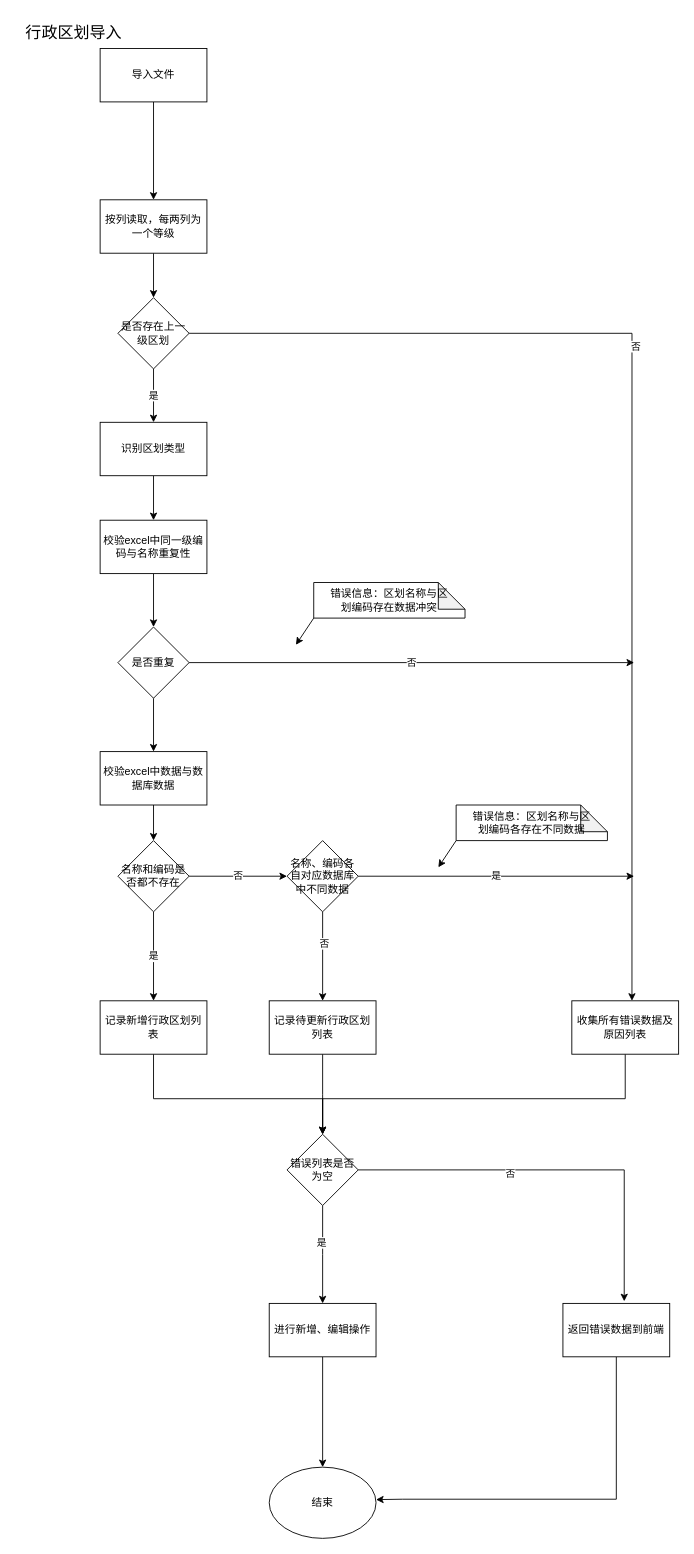
Joyouspeng/joyous keeps this draw.io diagram as 未命名绘图.drawio. Above is the earlier version. Source tidied: cells renumbered, new cells numbered last; positions are measured from the earlier drawing's top-left corner, leaving out a move shared by most shapes. Both pictures are drawn from the tidied source at 89%, with x=0, y=0 at pixel (15, 15).
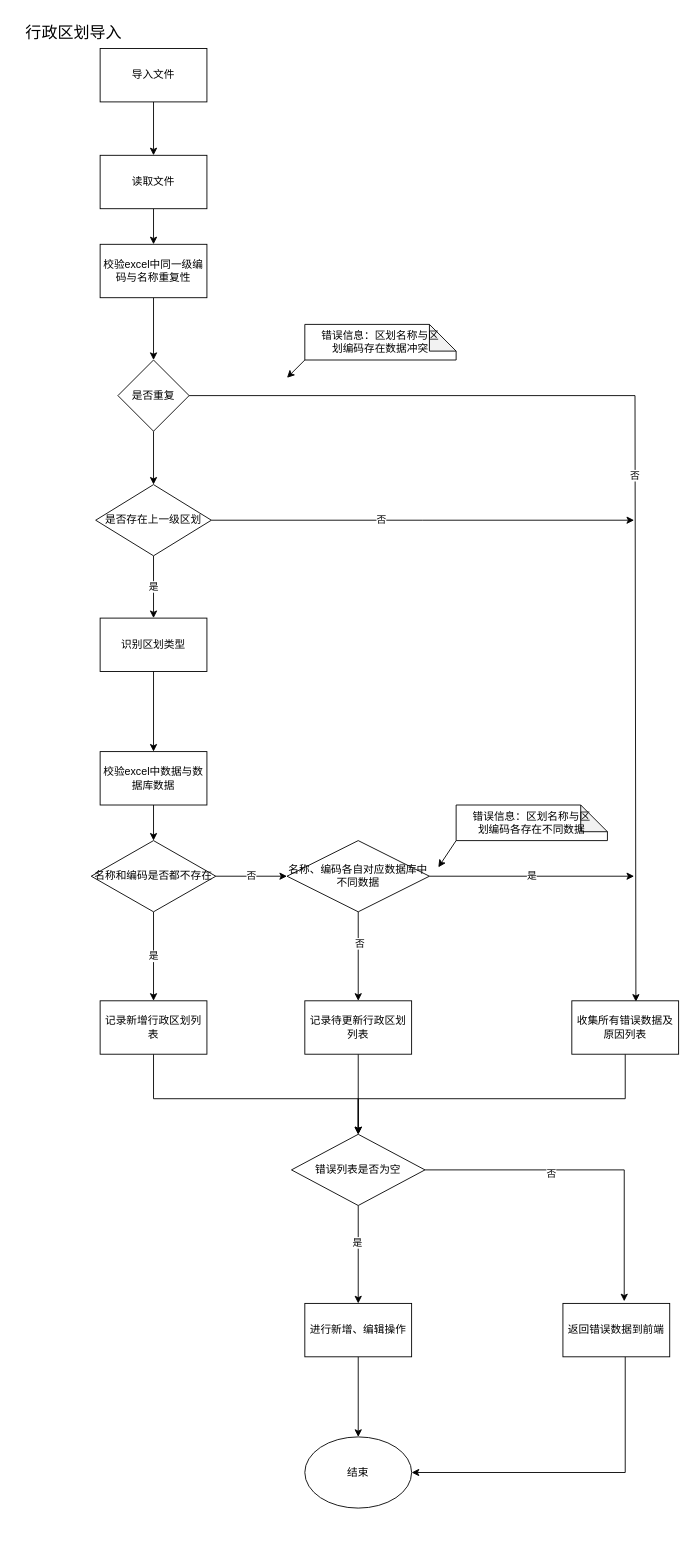
The same page after the edit.

Commit message:
更新未命名绘图.drawio

Unchanged cells that the change refers to:
```xml
<mxCell id="19" value="校验excel中数据与数据库数据" style="rounded=0;whiteSpace=wrap;html=1;" parent="1" vertex="1">
  <mxGeometry x="95" y="827" width="120" height="60" as="geometry" />
</mxCell>
<mxCell id="28" value="记录新增行政区划列表" style="rounded=0;whiteSpace=wrap;html=1;" parent="1" vertex="1">
  <mxGeometry x="95" y="1107" width="120" height="60" as="geometry" />
</mxCell>
<mxCell id="36" value="收集所有错误数据及原因列表" style="rounded=0;whiteSpace=wrap;html=1;" parent="1" vertex="1">
  <mxGeometry x="625" y="1107" width="120" height="60" as="geometry" />
</mxCell>
<mxCell id="45" value="返回错误数据到前端" style="rounded=0;whiteSpace=wrap;html=1;" parent="1" vertex="1">
  <mxGeometry x="615" y="1447" width="120" height="60" as="geometry" />
</mxCell>
```

Change to the diagram source:
```diff
@@
-    <mxCell id="5" style="edgeStyle=orthogonalEdgeStyle;rounded=0;jettySize=auto;html=1;entryX=0.5;entryY=0;entryDx=0;entryDy=0;" parent="1" edge="1" source="6" target="10">
-      <mxGeometry relative="1" as="geometry" />
-    </mxCell>
+    <mxCell id="47" style="edgeStyle=orthogonalEdgeStyle;rounded=0;jettySize=auto;html=1;exitX=0.5;exitY=1;exitDx=0;exitDy=0;entryX=0.5;entryY=0;entryDx=0;entryDy=0;" parent="1" edge="1" source="6" target="17">
+      <mxGeometry relative="1" as="geometry" />
+    </mxCell>
-    <mxCell id="6" value="按列读取，每两列为一个等级" style="rounded=0;whiteSpace=wrap;html=1;" parent="1" vertex="1">
-      <mxGeometry x="95" y="207" width="120" height="60" as="geometry" />
+    <mxCell id="6" value="读取文件" style="rounded=0;whiteSpace=wrap;html=1;" parent="1" vertex="1">
+      <mxGeometry x="95" y="157" width="120" height="60" as="geometry" />
     </mxCell>
@@
-    <mxCell id="8" style="edgeStyle=orthogonalEdgeStyle;rounded=0;jettySize=auto;html=1;entryX=0.563;entryY=0;entryDx=0;entryDy=0;entryPerimeter=0;" parent="1" edge="1" source="10" target="36">
-      <mxGeometry relative="1" as="geometry" />
-    </mxCell>
+    <mxCell id="48" style="edgeStyle=orthogonalEdgeStyle;rounded=0;jettySize=auto;html=1;exitX=1;exitY=0.5;exitDx=0;exitDy=0;" parent="1" edge="1" source="10">
+      <mxGeometry relative="1" as="geometry">
+        <mxPoint x="695" y="567" as="targetPoint" />
+      </mxGeometry>
+    </mxCell>
-    <mxCell id="9" value="否" style="edgeLabel;html=1;align=center;verticalAlign=middle;" parent="8" vertex="1">
-      <mxGeometry x="-0.18" y="4" relative="1" as="geometry" />
+    <mxCell id="9" value="否" style="edgeLabel;html=1;align=center;verticalAlign=middle;" parent="48" vertex="1">
+      <mxGeometry x="-0.2" y="1" relative="1" as="geometry" />
     </mxCell>
     <mxCell id="10" value="是否存在上一级区划" style="rhombus;whiteSpace=wrap;html=1;" parent="1" vertex="1">
-      <mxGeometry x="115" y="317" width="80" height="80" as="geometry" />
+      <mxGeometry x="90" y="527" width="130" height="80" as="geometry" />
     </mxCell>
-    <mxCell id="11" style="edgeStyle=orthogonalEdgeStyle;rounded=0;jettySize=auto;html=1;" parent="1" edge="1" source="12" target="17">
-      <mxGeometry relative="1" as="geometry" />
-    </mxCell>
     <mxCell id="12" value="识别区划类型" style="rounded=0;whiteSpace=wrap;html=1;" parent="1" vertex="1">
-      <mxGeometry x="95" y="457" width="120" height="60" as="geometry" />
+      <mxGeometry x="95" y="677" width="120" height="60" as="geometry" />
     </mxCell>
-    <mxCell id="13" style="edgeStyle=orthogonalEdgeStyle;rounded=0;jettySize=auto;html=1;" parent="1" edge="1" source="15" target="19">
+    <mxCell id="13" style="edgeStyle=orthogonalEdgeStyle;rounded=0;jettySize=auto;html=1;exitX=0.5;exitY=1;exitDx=0;exitDy=0;" parent="1" edge="1" source="12" target="19">
       <mxGeometry relative="1" as="geometry" />
     </mxCell>
-    <mxCell id="14" value="否" style="edgeStyle=orthogonalEdgeStyle;rounded=0;jettySize=auto;html=1;exitX=1;exitY=0.5;exitDx=0;exitDy=0;" parent="1" edge="1" source="15">
+    <mxCell id="14" value="否" style="edgeStyle=orthogonalEdgeStyle;rounded=0;jettySize=auto;html=1;exitX=1;exitY=0.5;exitDx=0;exitDy=0;entryX=0.6;entryY=0.017;entryDx=0;entryDy=0;entryPerimeter=0;" parent="1" edge="1" source="15" target="36">
       <mxGeometry relative="1" as="geometry">
-        <mxPoint x="695" y="727" as="targetPoint" />
+        <Array as="points">
+          <mxPoint x="696" y="427" />
+        </Array>
       </mxGeometry>
     </mxCell>
-    <mxCell id="15" value="是否重复" style="rhombus;whiteSpace=wrap;html=1;" parent="1" vertex="1">
-      <mxGeometry x="115" y="687" width="80" height="80" as="geometry" />
-    </mxCell>
-    <mxCell id="16" style="edgeStyle=orthogonalEdgeStyle;rounded=0;jettySize=auto;html=1;entryX=0.5;entryY=0;entryDx=0;entryDy=0;" parent="1" edge="1" source="17" target="15">
-      <mxGeometry relative="1" as="geometry" />
-    </mxCell>
-    <mxCell id="17" value="校验excel中同一级编码与名称重复性" style="rounded=0;whiteSpace=wrap;html=1;" parent="1" vertex="1">
-      <mxGeometry x="95" y="567" width="120" height="60" as="geometry" />
-    </mxCell>
@@
     <mxCell id="23" value="名称、编码各自对应数据库中不同数据" style="rhombus;whiteSpace=wrap;html=1;" parent="1" vertex="1">
-      <mxGeometry x="305" y="927" width="80" height="80" as="geometry" />
+      <mxGeometry x="305" y="927" width="160" height="80" as="geometry" />
     </mxCell>
@@
     <mxCell id="26" value="名称和编码是否都不存在" style="rhombus;whiteSpace=wrap;html=1;" parent="1" vertex="1">
-      <mxGeometry x="115" y="927" width="80" height="80" as="geometry" />
+      <mxGeometry x="85" y="927" width="140" height="80" as="geometry" />
     </mxCell>
     <mxCell id="27" style="edgeStyle=orthogonalEdgeStyle;rounded=0;jettySize=auto;html=1;entryX=0.5;entryY=0;entryDx=0;entryDy=0;" parent="1" edge="1" source="28" target="41">
       <mxGeometry relative="1" as="geometry">
         <Array as="points">
           <mxPoint x="155" y="1217" />
-          <mxPoint x="345" y="1217" />
+          <mxPoint x="385" y="1217" />
         </Array>
       </mxGeometry>
     </mxCell>
@@
     <mxCell id="29" value="错误信息：区划名称与区&lt;br&gt;划编码存在数据冲突" style="shape=note;whiteSpace=wrap;html=1;backgroundOutline=1;darkOpacity=0.05;" parent="1" vertex="1">
-      <mxGeometry x="335" y="637" width="170" height="40" as="geometry" />
+      <mxGeometry x="325" y="347" width="170" height="40" as="geometry" />
     </mxCell>
     <mxCell id="30" style="endArrow=classic;html=1;rounded=0;exitX=0;exitY=1;exitDx=0;exitDy=0;exitPerimeter=0;" parent="1" edge="1" source="29">
       <mxGeometry relative="1" as="geometry">
-        <mxPoint x="315" y="707" as="targetPoint" />
+        <mxPoint x="305" y="407" as="targetPoint" />
       </mxGeometry>
     </mxCell>
-    <mxCell id="31" style="edgeStyle=orthogonalEdgeStyle;rounded=0;jettySize=auto;html=1;" parent="1" edge="1" source="32">
-      <mxGeometry relative="1" as="geometry">
-        <mxPoint x="345" y="1257" as="targetPoint" />
-      </mxGeometry>
-    </mxCell>
+    <mxCell id="49" style="edgeStyle=orthogonalEdgeStyle;rounded=0;jettySize=auto;html=1;" parent="1" edge="1" source="32" target="41">
+      <mxGeometry relative="1" as="geometry" />
+    </mxCell>
     <mxCell id="32" value="记录待更新行政区划列表" style="rounded=0;whiteSpace=wrap;html=1;" parent="1" vertex="1">
-      <mxGeometry x="285" y="1107" width="120" height="60" as="geometry" />
+      <mxGeometry x="325" y="1107" width="120" height="60" as="geometry" />
     </mxCell>
@@
-    <mxCell id="35" style="edgeStyle=orthogonalEdgeStyle;rounded=0;jettySize=auto;html=1;entryX=0.5;entryY=0;entryDx=0;entryDy=0;" parent="1" edge="1" source="36" target="41">
+    <mxCell id="35" style="edgeStyle=orthogonalEdgeStyle;rounded=0;jettySize=auto;html=1;" parent="1" edge="1" source="36" target="41">
       <mxGeometry relative="1" as="geometry">
         <Array as="points">
           <mxPoint x="685" y="1217" />
-          <mxPoint x="345" y="1217" />
+          <mxPoint x="385" y="1217" />
         </Array>
       </mxGeometry>
     </mxCell>
@@
-    <mxCell id="37" style="edgeStyle=orthogonalEdgeStyle;rounded=0;jettySize=auto;html=1;exitX=0.5;exitY=1;exitDx=0;exitDy=0;" parent="1" edge="1" source="41">
-      <mxGeometry relative="1" as="geometry">
-        <mxPoint x="345" y="1447" as="targetPoint" />
-      </mxGeometry>
+    <mxCell id="37" style="edgeStyle=orthogonalEdgeStyle;rounded=0;jettySize=auto;html=1;exitX=0.5;exitY=1;exitDx=0;exitDy=0;entryX=0.5;entryY=0;entryDx=0;entryDy=0;" parent="1" edge="1" source="41" target="43">
+      <mxGeometry relative="1" as="geometry" />
     </mxCell>
@@
     <mxCell id="41" value="错误列表是否为空" style="rhombus;whiteSpace=wrap;html=1;" parent="1" vertex="1">
-      <mxGeometry x="305" y="1257" width="80" height="80" as="geometry" />
+      <mxGeometry x="310" y="1257" width="150" height="80" as="geometry" />
     </mxCell>
@@
     <mxCell id="43" value="进行新增、编辑操作" style="rounded=0;whiteSpace=wrap;html=1;" parent="1" vertex="1">
-      <mxGeometry x="285" y="1447" width="120" height="60" as="geometry" />
+      <mxGeometry x="325" y="1447" width="120" height="60" as="geometry" />
     </mxCell>
-    <mxCell id="44" style="edgeStyle=orthogonalEdgeStyle;rounded=0;jettySize=auto;html=1;entryX=1;entryY=0.456;entryDx=0;entryDy=0;entryPerimeter=0;" parent="1" edge="1" source="45" target="46">
+    <mxCell id="44" style="edgeStyle=orthogonalEdgeStyle;rounded=0;jettySize=auto;html=1;entryX=1;entryY=0.5;entryDx=0;entryDy=0;" parent="1" edge="1" source="45" target="46">
       <mxGeometry relative="1" as="geometry">
         <Array as="points">
-          <mxPoint x="675" y="1667" />
-          <mxPoint x="435" y="1667" />
+          <mxPoint x="685" y="1637" />
         </Array>
       </mxGeometry>
     </mxCell>
@@
     <mxCell id="46" value="结束" style="ellipse;whiteSpace=wrap;html=1;" parent="1" vertex="1">
-      <mxGeometry x="285" y="1631" width="120" height="80" as="geometry" />
+      <mxGeometry x="325" y="1597" width="120" height="80" as="geometry" />
     </mxCell>
+    <mxCell id="16" style="edgeStyle=orthogonalEdgeStyle;rounded=0;jettySize=auto;html=1;exitX=0.5;exitY=1;exitDx=0;exitDy=0;entryX=0.5;entryY=0;entryDx=0;entryDy=0;" parent="1" edge="1" source="17" target="15">
+      <mxGeometry relative="1" as="geometry" />
+    </mxCell>
+    <mxCell id="17" value="校验excel中同一级编码与名称重复性" style="rounded=0;whiteSpace=wrap;html=1;" parent="1" vertex="1">
+      <mxGeometry x="95" y="257" width="120" height="60" as="geometry" />
+    </mxCell>
+    <mxCell id="50" style="edgeStyle=orthogonalEdgeStyle;rounded=0;jettySize=auto;html=1;" parent="1" edge="1" source="15" target="10">
+      <mxGeometry relative="1" as="geometry" />
+    </mxCell>
+    <mxCell id="15" value="是否重复" style="rhombus;whiteSpace=wrap;html=1;" parent="1" vertex="1">
+      <mxGeometry x="115" y="387" width="80" height="80" as="geometry" />
+    </mxCell>
```
